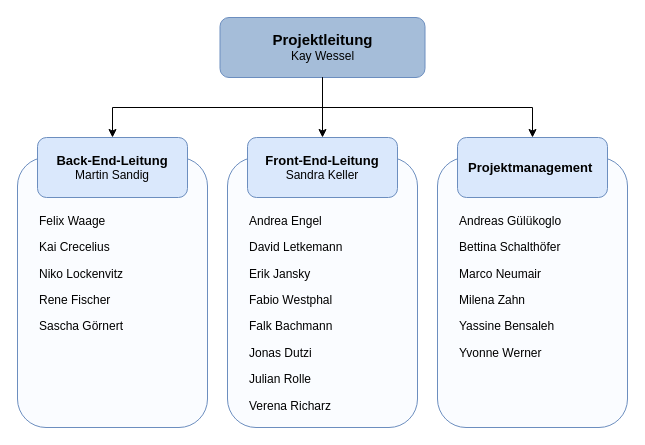
Earlier version of the draw.io diagram img/Draw.io/Organigramm.drawio (wwi17seb/dhbw-project-documentation). Source tidied: cells renumbered, new cells numbered last; positions are measured from the earlier drawing's top-left corner, leaving out a move shared by most shapes. Both pictures are drawn from the tidied source at 100%, with x=0, y=0 at pixel (17, 17).
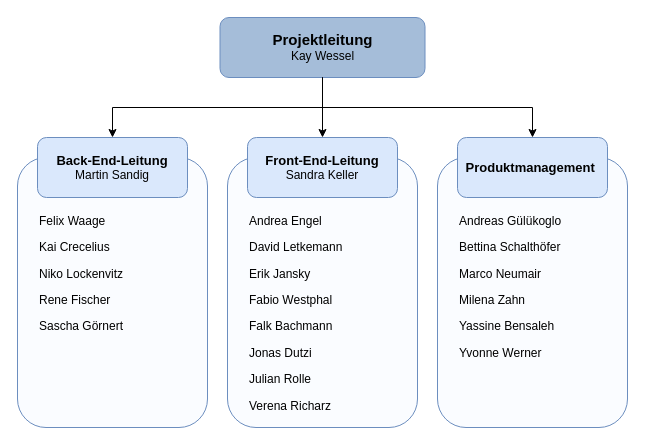
The same page after the edit.

Diff of the diagram source:
```diff
@@
 <mxGraphModel>
   <root>
     <mxCell id="0" />
     <mxCell id="1" parent="0" />
     <mxCell id="2" style="rounded=1;whiteSpace=wrap;html=1;strokeColor=#6c8ebf;fillColor=#FAFCFF;" parent="1" vertex="1">
       <mxGeometry x="420" y="140" width="190" height="270" as="geometry" />
     </mxCell>
     <mxCell id="3" style="rounded=1;whiteSpace=wrap;html=1;strokeColor=#6c8ebf;fillColor=#FAFCFF;" parent="1" vertex="1">
       <mxGeometry x="210" y="140" width="190" height="270" as="geometry" />
     </mxCell>
     <mxCell id="4" style="rounded=1;whiteSpace=wrap;html=1;strokeColor=#6c8ebf;fillColor=#FAFCFF;" parent="1" vertex="1">
       <mxGeometry y="140" width="190" height="270" as="geometry" />
     </mxCell>
     <mxCell id="5" value="&lt;b&gt;&lt;font style=&quot;font-size: 15px&quot;&gt;Projektleitung&lt;/font&gt;&lt;/b&gt;&lt;br&gt;Kay Wessel" style="rounded=1;whiteSpace=wrap;html=1;strokeColor=#6c8ebf;fillColor=#A5BDD9;" parent="1" vertex="1">
       <mxGeometry x="202.5" width="205" height="60" as="geometry" />
     </mxCell>
     <mxCell id="6" value="&lt;b&gt;&lt;font style=&quot;font-size: 13px&quot;&gt;Back-End-Leitung&lt;/font&gt;&lt;/b&gt;&lt;br&gt;Martin Sandig" style="rounded=1;whiteSpace=wrap;html=1;fillColor=#dae8fc;strokeColor=#6c8ebf;" parent="1" vertex="1">
       <mxGeometry x="20" y="120" width="150" height="60" as="geometry" />
     </mxCell>
     <mxCell id="7" value="&lt;b&gt;&lt;font style=&quot;font-size: 13px&quot;&gt;Front-End-Leitung&lt;/font&gt;&lt;/b&gt;&lt;br&gt;Sandra Keller" style="rounded=1;whiteSpace=wrap;html=1;fillColor=#dae8fc;strokeColor=#6c8ebf;" parent="1" vertex="1">
       <mxGeometry x="230" y="120" width="150" height="60" as="geometry" />
     </mxCell>
-    <mxCell id="8" value="&lt;b&gt;&lt;font style=&quot;font-size: 13px&quot;&gt;Projektmanagement&amp;nbsp;&lt;br&gt;&lt;/font&gt;&lt;/b&gt;" style="rounded=1;whiteSpace=wrap;html=1;strokeColor=#6c8ebf;fillColor=#DAE8FC;" parent="1" vertex="1">
+    <mxCell id="8" value="&lt;b&gt;&lt;font style=&quot;font-size: 13px&quot;&gt;Produktmanagement&amp;nbsp;&lt;br&gt;&lt;/font&gt;&lt;/b&gt;" style="rounded=1;whiteSpace=wrap;html=1;strokeColor=#6c8ebf;fillColor=#DAE8FC;" parent="1" vertex="1">
       <mxGeometry x="440" y="120" width="150" height="60" as="geometry" />
     </mxCell>
     <mxCell id="9" style="endArrow=classic;html=1;entryX=0.5;entryY=0;entryDx=0;entryDy=0;exitX=0.5;exitY=1;exitDx=0;exitDy=0;rounded=0;" parent="1" edge="1" source="5" target="6">
       <mxGeometry relative="1" as="geometry">
         <Array as="points">
           <mxPoint x="305" y="90" />
           <mxPoint x="95" y="90" />
         </Array>
       </mxGeometry>
     </mxCell>
     <mxCell id="10" style="endArrow=classic;html=1;entryX=0.5;entryY=0;entryDx=0;entryDy=0;exitX=0.5;exitY=1;exitDx=0;exitDy=0;rounded=0;" parent="1" edge="1" source="5" target="8">
       <mxGeometry relative="1" as="geometry">
         <Array as="points">
           <mxPoint x="305" y="90" />
           <mxPoint x="515" y="90" />
         </Array>
       </mxGeometry>
     </mxCell>
     <mxCell id="11" style="endArrow=classic;html=1;entryX=0.5;entryY=0;entryDx=0;entryDy=0;rounded=0;" parent="1" edge="1" source="5" target="7">
       <mxGeometry relative="1" as="geometry" />
     </mxCell>
     <mxCell id="12" value="&lt;p class=&quot;MsoNormal&quot; style=&quot;margin: 0cm 0cm 8pt ; line-height: 15.6933px ; font-family: &amp;#34;calibri&amp;#34; , sans-serif&quot;&gt;&lt;font style=&quot;font-size: 12px&quot;&gt;Felix Waage&lt;/font&gt;&lt;/p&gt;&lt;p class=&quot;MsoNormal&quot; style=&quot;margin: 0cm 0cm 8pt ; line-height: 15.6933px ; font-family: &amp;#34;calibri&amp;#34; , sans-serif&quot;&gt;&lt;font style=&quot;font-size: 12px&quot;&gt;Kai Crecelius&lt;/font&gt;&lt;/p&gt;&lt;p class=&quot;MsoNormal&quot; style=&quot;margin: 0cm 0cm 8pt ; line-height: 15.6933px ; font-family: &amp;#34;calibri&amp;#34; , sans-serif&quot;&gt;&lt;font style=&quot;font-size: 12px&quot;&gt;Niko Lockenvitz&lt;/font&gt;&lt;/p&gt;&lt;p class=&quot;MsoNormal&quot; style=&quot;margin: 0cm 0cm 8pt ; line-height: 15.6933px ; font-family: &amp;#34;calibri&amp;#34; , sans-serif&quot;&gt;&lt;font style=&quot;font-size: 12px&quot;&gt;Rene Fischer&lt;/font&gt;&lt;/p&gt;&lt;p class=&quot;MsoNormal&quot; style=&quot;margin: 0cm 0cm 8pt ; line-height: 15.6933px ; font-family: &amp;#34;calibri&amp;#34; , sans-serif&quot;&gt;&lt;font style=&quot;font-size: 12px&quot;&gt;Sascha Görnert&lt;/font&gt;&lt;/p&gt;" style="text;html=1;strokeColor=none;fillColor=none;align=left;verticalAlign=top;whiteSpace=wrap;rounded=0;" parent="1" vertex="1">
       <mxGeometry x="20" y="190" width="150" height="150" as="geometry" />
     </mxCell>
     <mxCell id="13" value="&lt;p class=&quot;MsoNormal&quot; style=&quot;margin: 0cm 0cm 8pt ; line-height: 15.6933px ; font-family: &amp;#34;calibri&amp;#34; , sans-serif&quot;&gt;&lt;font style=&quot;font-size: 12px&quot;&gt;Andrea Engel&lt;/font&gt;&lt;/p&gt;&lt;p class=&quot;MsoNormal&quot; style=&quot;margin: 0cm 0cm 8pt ; line-height: 15.6933px ; font-family: &amp;#34;calibri&amp;#34; , sans-serif&quot;&gt;&lt;font style=&quot;font-size: 12px&quot;&gt;David Letkemann&lt;/font&gt;&lt;/p&gt;&lt;p class=&quot;MsoNormal&quot; style=&quot;margin: 0cm 0cm 8pt ; line-height: 15.6933px ; font-family: &amp;#34;calibri&amp;#34; , sans-serif&quot;&gt;&lt;font style=&quot;font-size: 12px&quot;&gt;Erik Jansky&lt;/font&gt;&lt;/p&gt;&lt;p class=&quot;MsoNormal&quot; style=&quot;margin: 0cm 0cm 8pt ; line-height: 15.6933px ; font-family: &amp;#34;calibri&amp;#34; , sans-serif&quot;&gt;&lt;font style=&quot;font-size: 12px&quot;&gt;Fabio Westphal&lt;/font&gt;&lt;/p&gt;&lt;p class=&quot;MsoNormal&quot; style=&quot;margin: 0cm 0cm 8pt ; line-height: 15.6933px ; font-family: &amp;#34;calibri&amp;#34; , sans-serif&quot;&gt;&lt;font style=&quot;font-size: 12px&quot;&gt;Falk Bachmann&lt;/font&gt;&lt;/p&gt;&lt;p class=&quot;MsoNormal&quot; style=&quot;margin: 0cm 0cm 8pt ; line-height: 15.6933px ; font-family: &amp;#34;calibri&amp;#34; , sans-serif&quot;&gt;&lt;font style=&quot;font-size: 12px&quot;&gt;Jonas Dutzi&lt;/font&gt;&lt;/p&gt;&lt;p class=&quot;MsoNormal&quot; style=&quot;margin: 0cm 0cm 8pt ; line-height: 15.6933px ; font-family: &amp;#34;calibri&amp;#34; , sans-serif&quot;&gt;&lt;font style=&quot;font-size: 12px&quot;&gt;Julian Rolle&lt;/font&gt;&lt;/p&gt;&lt;p class=&quot;MsoNormal&quot; style=&quot;margin: 0cm 0cm 8pt ; line-height: 15.6933px ; font-family: &amp;#34;calibri&amp;#34; , sans-serif&quot;&gt;&lt;font style=&quot;font-size: 12px&quot;&gt;Verena Richarz&lt;/font&gt;&lt;span style=&quot;font-size: 11pt&quot;&gt;&lt;/span&gt;&lt;/p&gt;" style="text;html=1;strokeColor=none;fillColor=none;align=left;verticalAlign=top;whiteSpace=wrap;rounded=0;" parent="1" vertex="1">
       <mxGeometry x="230" y="190" width="150" height="150" as="geometry" />
     </mxCell>
     <mxCell id="14" value="&lt;p class=&quot;MsoNormal&quot; style=&quot;margin: 0cm 0cm 8pt ; line-height: 15.6933px ; font-family: &amp;#34;calibri&amp;#34; , sans-serif&quot;&gt;&lt;font style=&quot;font-size: 12px&quot;&gt;Andreas Gülükoglo&lt;/font&gt;&lt;/p&gt;&lt;p class=&quot;MsoNormal&quot; style=&quot;margin: 0cm 0cm 8pt ; line-height: 15.6933px ; font-family: &amp;#34;calibri&amp;#34; , sans-serif&quot;&gt;&lt;font style=&quot;font-size: 12px&quot;&gt;Bettina Schalthöfer&lt;/font&gt;&lt;/p&gt;&lt;p class=&quot;MsoNormal&quot; style=&quot;margin: 0cm 0cm 8pt ; line-height: 15.6933px ; font-family: &amp;#34;calibri&amp;#34; , sans-serif&quot;&gt;&lt;font style=&quot;font-size: 12px&quot;&gt;Marco Neumair&lt;/font&gt;&lt;/p&gt;&lt;p class=&quot;MsoNormal&quot; style=&quot;margin: 0cm 0cm 8pt ; line-height: 15.6933px ; font-family: &amp;#34;calibri&amp;#34; , sans-serif&quot;&gt;&lt;font style=&quot;font-size: 12px&quot;&gt;Milena Zahn&lt;/font&gt;&lt;/p&gt;&lt;p class=&quot;MsoNormal&quot; style=&quot;margin: 0cm 0cm 8pt ; line-height: 15.6933px ; font-family: &amp;#34;calibri&amp;#34; , sans-serif&quot;&gt;&lt;font style=&quot;font-size: 12px&quot;&gt;Yassine Bensaleh&lt;/font&gt;&lt;/p&gt;&lt;p class=&quot;MsoNormal&quot; style=&quot;margin: 0cm 0cm 8pt ; line-height: 15.6933px ; font-family: &amp;#34;calibri&amp;#34; , sans-serif&quot;&gt;&lt;font style=&quot;font-size: 12px&quot;&gt;Yvonne Werner&lt;/font&gt;&lt;/p&gt;" style="text;html=1;strokeColor=none;fillColor=none;align=left;verticalAlign=top;whiteSpace=wrap;rounded=0;" parent="1" vertex="1">
       <mxGeometry x="440" y="190" width="150" height="150" as="geometry" />
     </mxCell>
   </root>
 </mxGraphModel>
```
